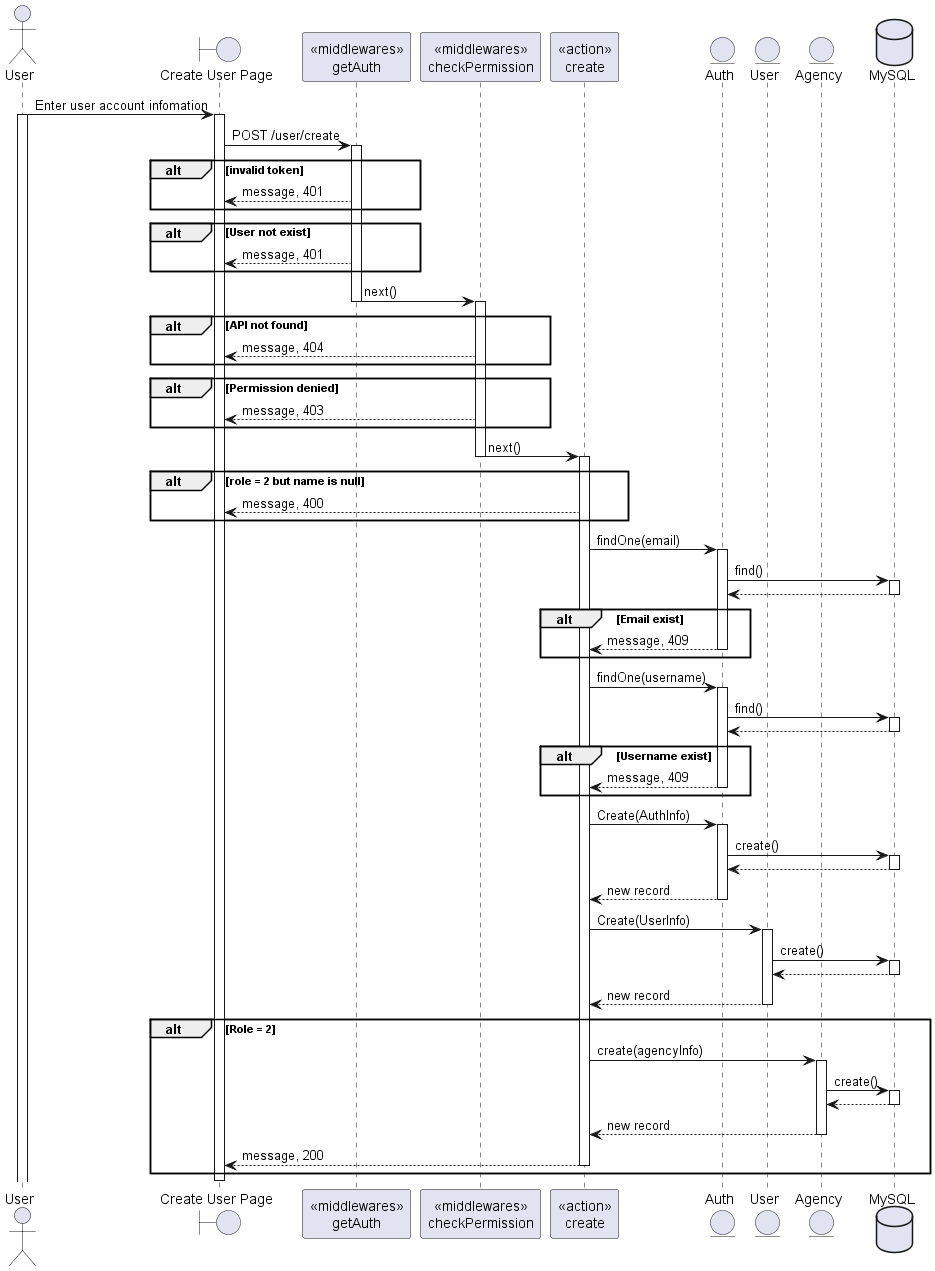
The PlantUML diagram out/SequeceDiagram/user/create/create.png in BunnyButtpowder/TeleLink-Original, before a commit. Its diagram source:
```plantuml
@startuml
actor User
boundary "Create User Page" as Client
participant "<<middlewares>>\ngetAuth" as mid1
participant "<<middlewares>>\ncheckPermission" as mid2
participant "<<action>>\ncreate" as Controller
entity "Auth" as Model1
entity "User" as Model2
entity "Agency" as Model3
database "MySQL" as DB

User -> Client: Enter user account infomation
activate User
activate Client

Client -> mid1: POST /user/create
activate mid1
alt invalid token
mid1 --> Client: message, 401
end
alt User not exist
mid1 --> Client: message, 401
end
mid1 -> mid2: next()
deactivate mid1
activate mid2
alt API not found
mid2 --> Client: message, 404
end
alt Permission denied
mid2 --> Client: message, 403
end
mid2 -> Controller: next()
deactivate mid2
activate Controller
alt role = 2 but name is null
    Controller --> Client: message, 400
end
Controller -> Model1: findOne(email)
activate Model1
Model1 -> DB: find()
activate DB
DB --> Model1
deactivate DB
alt Email exist
    Model1 --> Controller: message, 409
    deactivate Model1
end
Controller -> Model1: findOne(username)
activate Model1
Model1 -> DB: find()
activate DB
DB --> Model1
deactivate DB
alt Username exist
    Model1 --> Controller: message, 409
    deactivate Model1
end
Controller -> Model1: Create(AuthInfo)
activate Model1
Model1 -> DB: create()
activate DB
DB --> Model1
deactivate DB

Model1 --> Controller: new record
deactivate Model1
Controller -> Model2: Create(UserInfo)
activate Model2
Model2 -> DB: create()
activate DB
DB --> Model2
deactivate DB
Model2 --> Controller: new record
deactivate Model2
alt Role = 2
Controller -> Model3: create(agencyInfo)
activate Model3
Model3 -> DB: create()
activate DB
DB --> Model3
deactivate DB
Model3 --> Controller: new record
deactivate Model3
Controller --> Client: message, 200
deactivate Controller

end
deactivate Client

@enduml
```
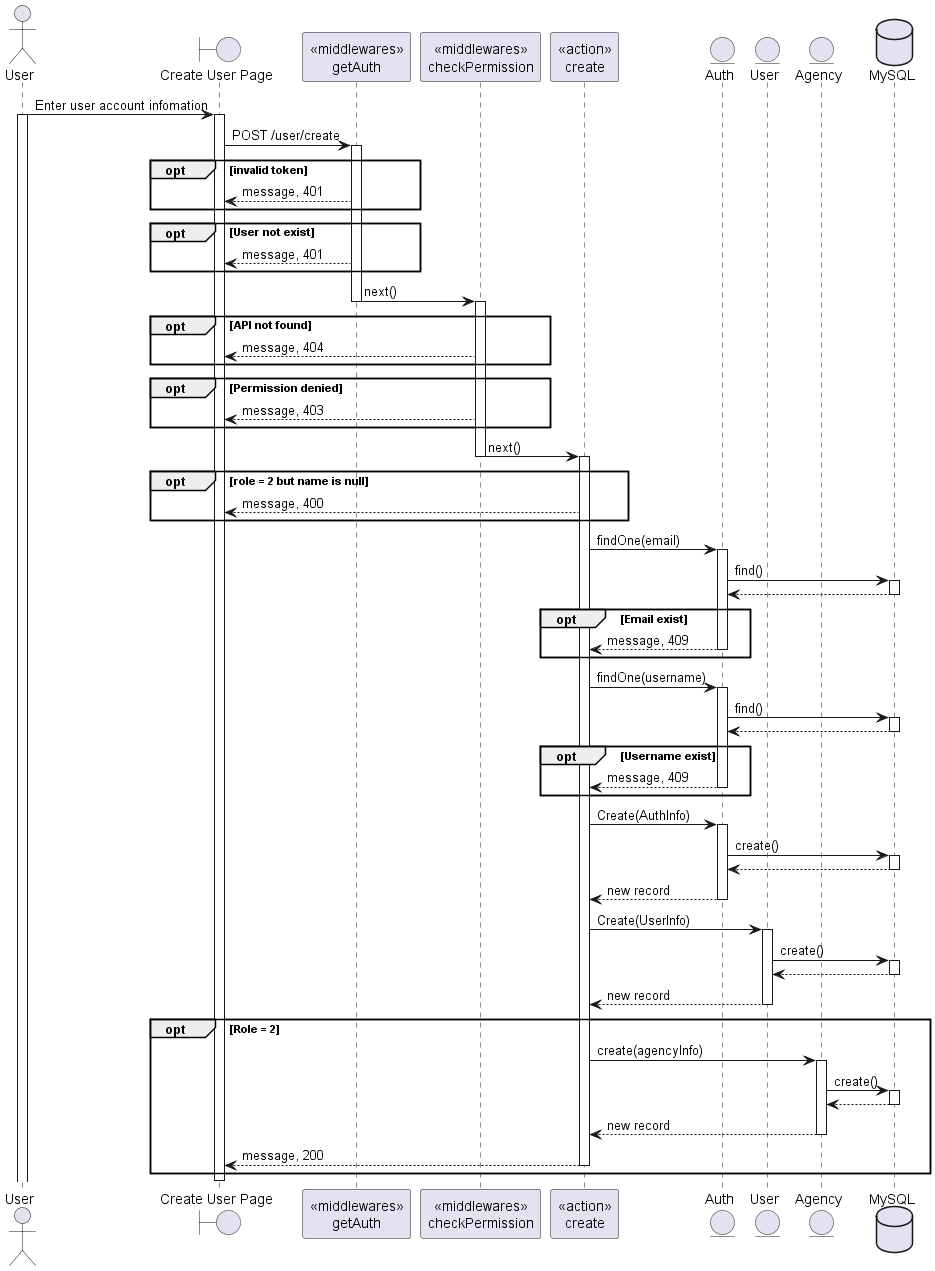
The same file after the commit.

Change to the diagram source:
```diff
@@ -15,25 +15,25 @@
 
 Client -> mid1: POST /user/create
 activate mid1
-alt invalid token
+opt invalid token
 mid1 --> Client: message, 401
 end
-alt User not exist
+opt User not exist
 mid1 --> Client: message, 401
 end
 mid1 -> mid2: next()
 deactivate mid1
 activate mid2
-alt API not found
+opt API not found
 mid2 --> Client: message, 404
 end
-alt Permission denied
+opt Permission denied
 mid2 --> Client: message, 403
 end
 mid2 -> Controller: next()
 deactivate mid2
 activate Controller
-alt role = 2 but name is null
+opt role = 2 but name is null
     Controller --> Client: message, 400
 end
 Controller -> Model1: findOne(email)
@@ -42,7 +42,7 @@
 activate DB
 DB --> Model1
 deactivate DB
-alt Email exist
+opt Email exist
     Model1 --> Controller: message, 409
     deactivate Model1
 end
@@ -52,7 +52,7 @@
 activate DB
 DB --> Model1
 deactivate DB
-alt Username exist
+opt Username exist
     Model1 --> Controller: message, 409
     deactivate Model1
 end
@@ -73,7 +73,7 @@
 deactivate DB
 Model2 --> Controller: new record
 deactivate Model2
-alt Role = 2
+opt Role = 2
 Controller -> Model3: create(agencyInfo)
 activate Model3
 Model3 -> DB: create()
```
